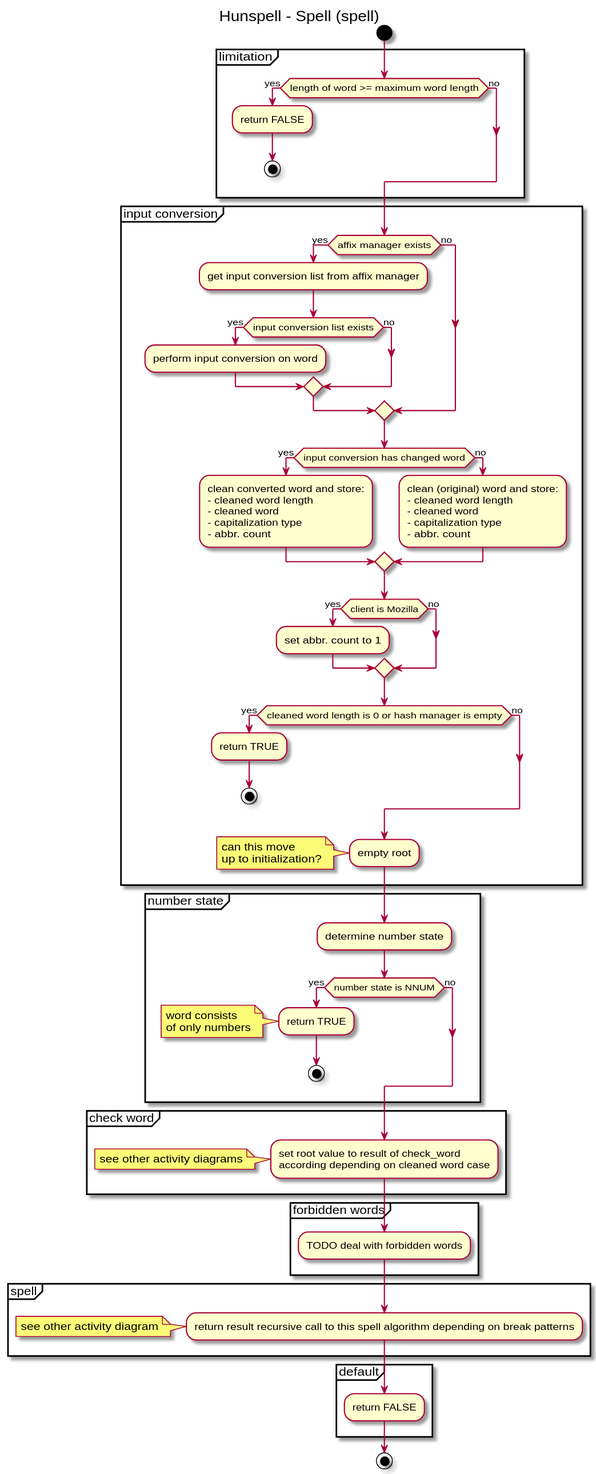
Before: uml/activity-diagrams/spell-activity-diagram.svg, a diagram exported from PlantUML (nuspell/misc-nuspell). Its source is kept beside it as uml/plantuml/spell-activity-diagram.pu.
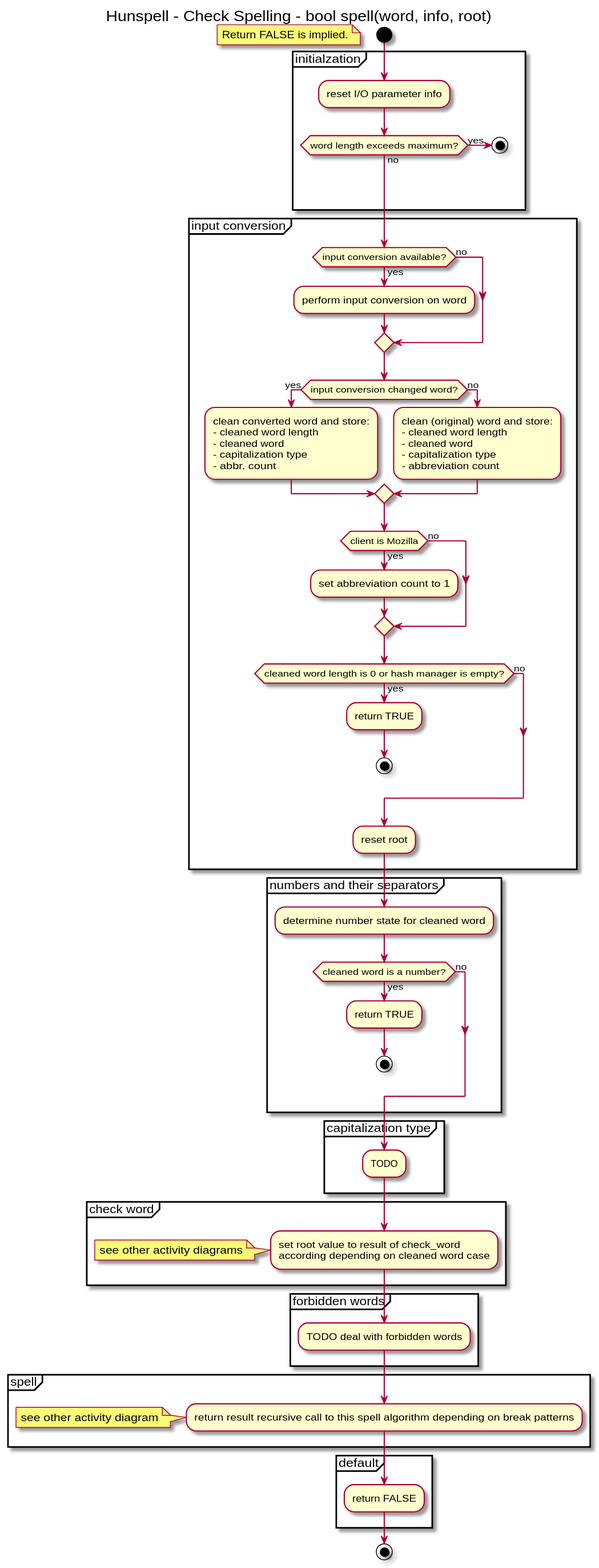
The same diagram one commit later.

Commit message:
improving spell doc

Diff of the diagram source:
```diff
@@ -1,55 +1,55 @@
 @startuml
 skinparam backgroundcolor White|White
 
-title Hunspell - Spell (spell)
+title Hunspell - Check Spelling - bool spell(word, info, root)
 
 start
+floating note: Return FALSE is implied.
 
-partition "limitation" {
-	if (length of word >= maximum word length) then (yes)
-		:return FALSE;
+
+partition "initialzation" {
+	:reset I/O parameter info;
+	if (word length exceeds maximum?) then (yes)
 		stop
 	else (no)
 	endif
 }
 
 partition "input conversion" {
-	if (affix manager exists) then (yes)
-		:get input conversion list from affix manager;
-		if (input conversion list exists) then (yes)
-			:perform input conversion on word;
-		else (no)
-		endif
+	if (input conversion available?) then (yes)
+		:perform input conversion on word;
 	else (no)
 	endif
-	if (input conversion has changed word) then (yes)
+	if (input conversion changed word?) then (yes)
 		:clean converted word and store:\n- cleaned word length\n- cleaned word\n- capitalization type\n- abbr. count;
 	else (no)
-		:clean (original) word and store:\n- cleaned word length\n- cleaned word\n- capitalization type\n- abbr. count;
+		:clean (original) word and store:\n- cleaned word length\n- cleaned word\n- capitalization type\n- abbreviation count;
 	endif
 
 	if (client is Mozilla) then (yes)
-		:set abbr. count to 1;
+		:set abbreviation count to 1;
 	else (no)
 	endif
 
-	if (cleaned word length is 0 or hash manager is empty) then (yes)
+	if (cleaned word length is 0 or hash manager is empty?) then (yes)
 		:return TRUE;
 		stop
 	else (no)
 	endif
-	:empty root;
-	note left: can this move\nup to initialization?
+	:reset root;
 }
 
-partition "number state" {
-	:determine number state;
-	if (number state is NNUM) then (yes)
+partition "numbers and numeric separators" {
+	:determine number state for cleaned word;
+	if (cleaned word is a number?) then (yes)
 		:return TRUE;
-		note left: word consists\nof only numbers
 		stop
 	else (no)
 	endif
+}
+
+partition "capitalization type" {
+	:TODO;
 }
 
 partition "check word" {
```
